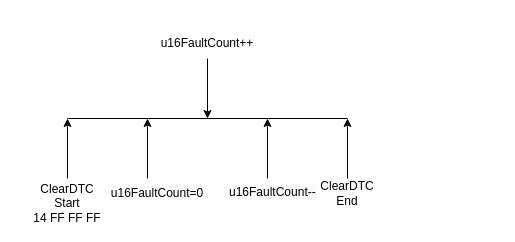
This is WL_ClearDTC.drawio from woshitanwang/pics_procdure, a draw.io file, before an edit. Source tidied: cells renumbered, new cells numbered last; positions are measured from the earlier drawing's top-left corner, leaving out a move shared by most shapes. Both pictures are drawn from the tidied source at 100%, with x=0, y=0 at pixel (27, 28).
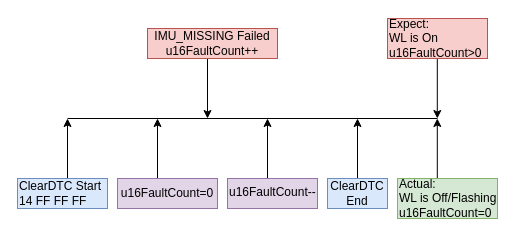
Above is the later version.

Change to the diagram source:
```diff
@@
     <mxCell id="2" style="endArrow=none;html=1;rounded=0;" parent="1" edge="1">
       <mxGeometry relative="1" as="geometry">
         <mxPoint x="40" y="90" as="sourcePoint" />
-        <mxPoint x="320" y="90" as="targetPoint" />
+        <mxPoint x="410" y="90" as="targetPoint" />
       </mxGeometry>
     </mxCell>
@@
-    <mxCell id="4" value="ClearDTC Start&lt;br&gt;14 FF FF FF" style="text;html=1;strokeColor=none;fillColor=none;align=center;verticalAlign=middle;whiteSpace=wrap;rounded=0;" parent="1" vertex="1">
-      <mxGeometry y="160" width="80" height="30" as="geometry" />
+    <mxCell id="4" value="ClearDTC Start&lt;br&gt;14 FF FF FF" style="text;html=1;strokeColor=#6c8ebf;fillColor=#dae8fc;align=left;verticalAlign=middle;whiteSpace=wrap;rounded=0;" parent="1" vertex="1">
+      <mxGeometry x="-10" y="150" width="90" height="30" as="geometry" />
     </mxCell>
     <mxCell id="5" style="endArrow=classic;html=1;rounded=0;" parent="1" edge="1">
       <mxGeometry relative="1" as="geometry">
-        <mxPoint x="120" y="150" as="sourcePoint" />
-        <mxPoint x="120" y="90" as="targetPoint" />
+        <mxPoint x="130" y="150" as="sourcePoint" />
+        <mxPoint x="130" y="90" as="targetPoint" />
       </mxGeometry>
     </mxCell>
-    <mxCell id="6" value="u16FaultCount=0" style="text;html=1;strokeColor=none;fillColor=none;align=center;verticalAlign=middle;whiteSpace=wrap;rounded=0;" parent="1" vertex="1">
-      <mxGeometry x="100" y="150" width="60" height="30" as="geometry" />
+    <mxCell id="6" value="u16FaultCount=0" style="text;html=1;strokeColor=#9673a6;fillColor=#e1d5e7;align=center;verticalAlign=middle;whiteSpace=wrap;rounded=0;" parent="1" vertex="1">
+      <mxGeometry x="90" y="150" width="100" height="30" as="geometry" />
     </mxCell>
@@
-    <mxCell id="8" value="u16FaultCount++" style="text;html=1;strokeColor=none;fillColor=none;align=center;verticalAlign=middle;whiteSpace=wrap;rounded=0;" parent="1" vertex="1">
-      <mxGeometry x="150" width="60" height="30" as="geometry" />
+    <mxCell id="8" value="IMU_MISSING Failed u16FaultCount++" style="text;html=1;strokeColor=#b85450;fillColor=#f8cecc;align=center;verticalAlign=middle;whiteSpace=wrap;rounded=0;" parent="1" vertex="1">
+      <mxGeometry x="120" width="130" height="30" as="geometry" />
     </mxCell>
@@
-    <mxCell id="10" value="&lt;span style=&quot;color: rgb(0, 0, 0); font-family: Helvetica; font-size: 12px; font-style: normal; font-variant-ligatures: normal; font-variant-caps: normal; font-weight: 400; letter-spacing: normal; orphans: 2; text-align: center; text-indent: 0px; text-transform: none; widows: 2; word-spacing: 0px; -webkit-text-stroke-width: 0px; background-color: rgb(251, 251, 251); text-decoration-thickness: initial; text-decoration-style: initial; text-decoration-color: initial; float: none; display: inline !important;&quot;&gt;u16FaultCount--&lt;/span&gt;" style="text;whiteSpace=wrap;html=1;" parent="1" vertex="1">
-      <mxGeometry x="200" y="150" width="100" height="30" as="geometry" />
+    <mxCell id="10" value="&lt;span style=&quot;color: rgb(0, 0, 0); font-family: Helvetica; font-size: 12px; font-style: normal; font-variant-ligatures: normal; font-variant-caps: normal; font-weight: 400; letter-spacing: normal; orphans: 2; text-align: center; text-indent: 0px; text-transform: none; widows: 2; word-spacing: 0px; -webkit-text-stroke-width: 0px; text-decoration-thickness: initial; text-decoration-style: initial; text-decoration-color: initial; float: none; display: inline !important;&quot;&gt;u16FaultCount--&lt;/span&gt;" style="text;whiteSpace=wrap;html=1;fillColor=#e1d5e7;strokeColor=#9673a6;labelBackgroundColor=none;" parent="1" vertex="1">
+      <mxGeometry x="200" y="150" width="90" height="30" as="geometry" />
     </mxCell>
     <mxCell id="11" style="endArrow=classic;html=1;rounded=0;" parent="1" edge="1">
       <mxGeometry relative="1" as="geometry">
-        <mxPoint x="320" y="150" as="sourcePoint" />
-        <mxPoint x="320" y="90" as="targetPoint" />
+        <mxPoint x="330" y="150" as="sourcePoint" />
+        <mxPoint x="330" y="90" as="targetPoint" />
       </mxGeometry>
     </mxCell>
-    <mxCell id="12" value="ClearDTC End" style="text;html=1;strokeColor=none;fillColor=none;align=center;verticalAlign=middle;whiteSpace=wrap;rounded=0;" parent="1" vertex="1">
-      <mxGeometry x="290" y="150" width="60" height="30" as="geometry" />
+    <mxCell id="12" value="ClearDTC End" style="text;html=1;strokeColor=#6c8ebf;fillColor=#dae8fc;align=center;verticalAlign=middle;whiteSpace=wrap;rounded=0;" parent="1" vertex="1">
+      <mxGeometry x="300" y="150" width="60" height="30" as="geometry" />
     </mxCell>
+    <mxCell id="13" style="endArrow=classic;html=1;rounded=0;" parent="1" edge="1">
+      <mxGeometry relative="1" as="geometry">
+        <mxPoint x="409.8" y="150" as="sourcePoint" />
+        <mxPoint x="409.8" y="90" as="targetPoint" />
+      </mxGeometry>
+    </mxCell>
+    <mxCell id="14" value="Actual:&lt;br&gt;WL is Off/Flashing&lt;br&gt;u16FaultCount=0" style="text;html=1;strokeColor=#82b366;fillColor=#d5e8d4;align=left;verticalAlign=middle;whiteSpace=wrap;rounded=0;" parent="1" vertex="1">
+      <mxGeometry x="370" y="150" width="100" height="40" as="geometry" />
+    </mxCell>
+    <mxCell id="15" style="endArrow=classic;html=1;rounded=0;" parent="1" edge="1">
+      <mxGeometry relative="1" as="geometry">
+        <mxPoint x="409.8" y="30" as="sourcePoint" />
+        <mxPoint x="409.8" y="90" as="targetPoint" />
+      </mxGeometry>
+    </mxCell>
+    <mxCell id="16" value="Expect:&lt;br&gt;WL is On&lt;br&gt;u16FaultCount&amp;gt;0" style="text;html=1;strokeColor=#b85450;fillColor=#f8cecc;align=left;verticalAlign=middle;whiteSpace=wrap;rounded=0;" parent="1" vertex="1">
+      <mxGeometry x="360" y="-10" width="100" height="40" as="geometry" />
+    </mxCell>
```
